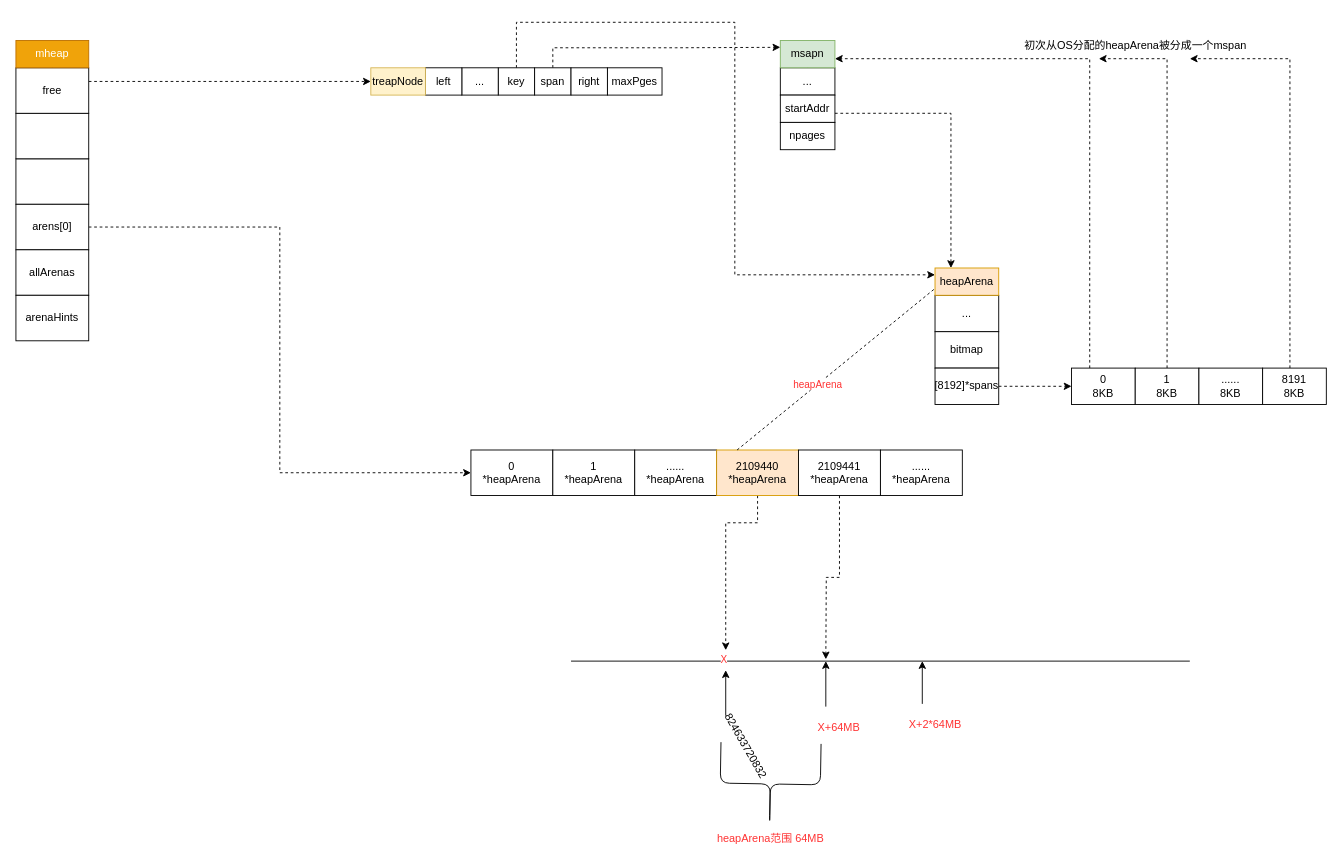
Before: page "arena分割为span" (3 of 5) of dev-tool/go/内存管理/asset/内存管理.drawio in 6z7/my-notebook, a draw.io diagram. Source tidied: cells renumbered, new cells numbered last; positions are measured from the earlier drawing's top-left corner, leaving out a move shared by most shapes. Both pictures are drawn from the tidied source at 91%, with x=0, y=0 at pixel (15, 22).
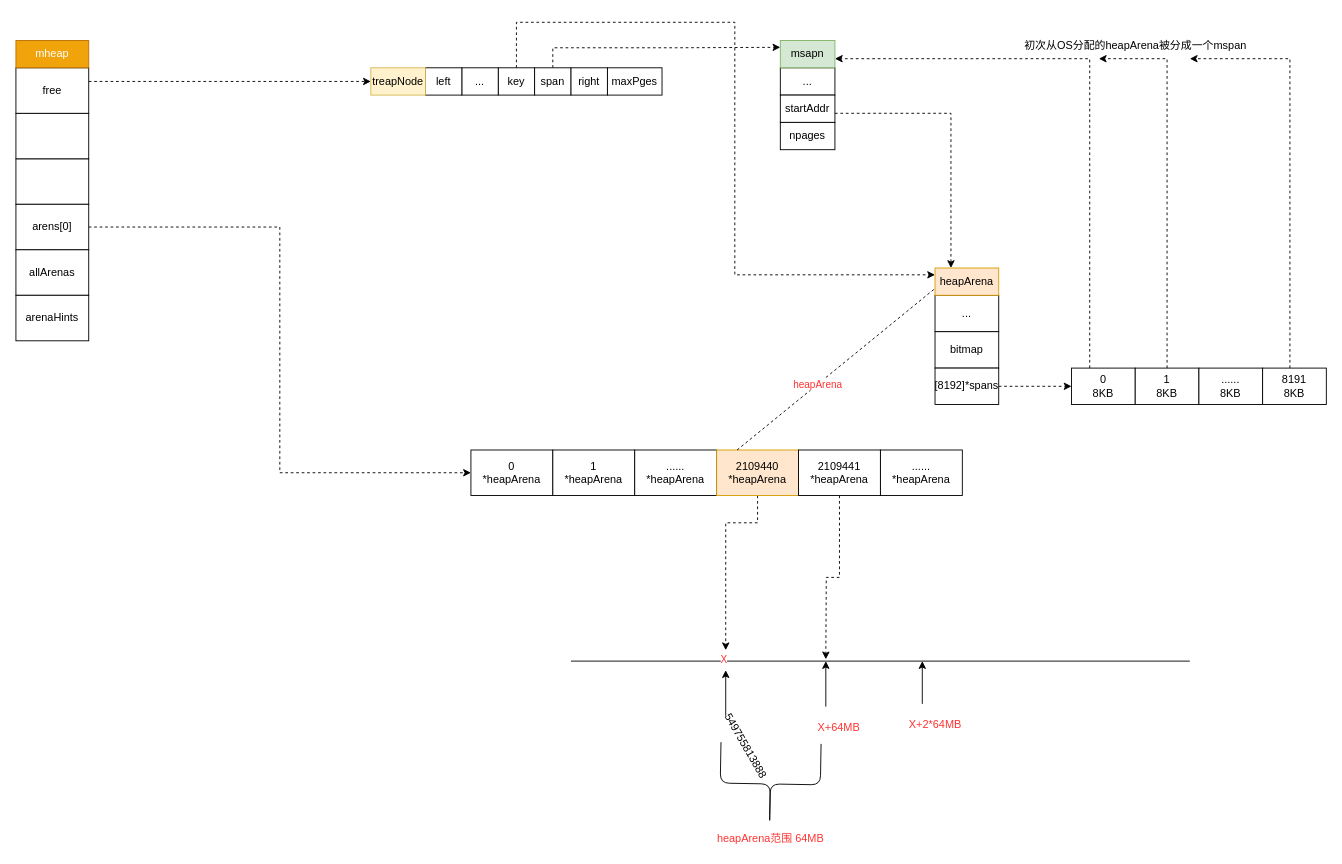
Above is the later version.

Change to the diagram source:
```diff
@@
-    <mxCell id="27" value="824633720832" style="text;html=1;align=center;verticalAlign=middle;fontColor=#000000;rotation=60;" parent="1" vertex="1">
+    <mxCell id="27" value="549755813888" style="text;html=1;align=center;verticalAlign=middle;fontColor=#000000;rotation=60;" parent="1" vertex="1">
       <mxGeometry x="752" y="785" width="100" height="20" as="geometry" />
     </mxCell>
```
